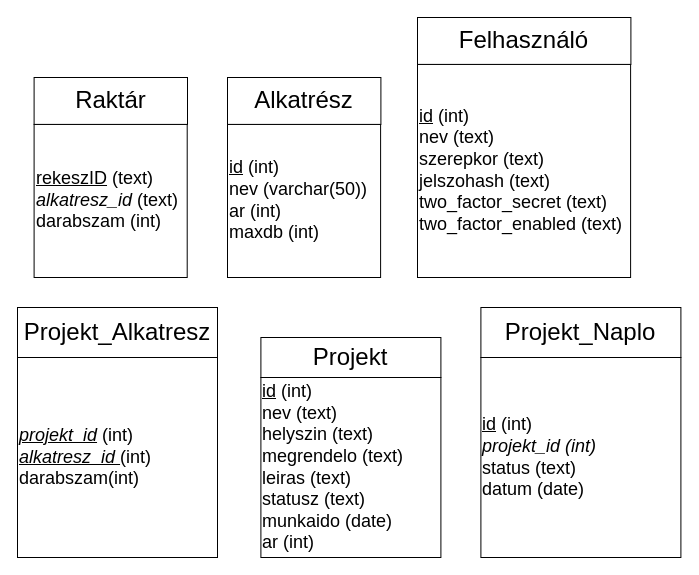
This is Documentation/relacios.drawio from Sztoner/Beadando2026, a draw.io file, before an edit. Source tidied: cells renumbered, new cells numbered last; positions are measured from the earlier drawing's top-left corner, leaving out a move shared by most shapes. Both pictures are drawn from the tidied source at 100%, with x=0, y=0 at pixel (17, 17).
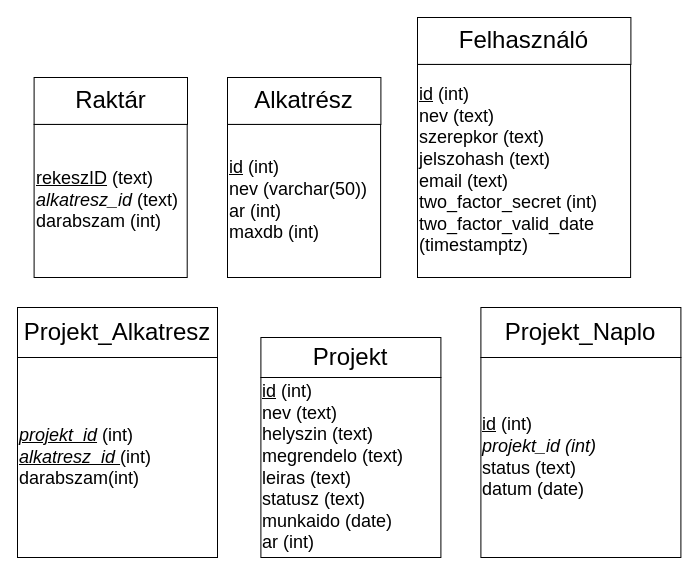
The same page after the edit.

The edit, as a diff of the source:
```diff
@@
 <mxGraphModel>
   <root>
     <mxCell id="0" />
     <mxCell id="1" parent="0" />
     <mxCell id="2" value="&lt;div&gt;&lt;span style=&quot;font-size: 18px;&quot;&gt;&lt;u&gt;rekeszID&lt;/u&gt;&amp;nbsp;(text)&lt;/span&gt;&lt;/div&gt;&lt;div&gt;&lt;i style=&quot;font-size: 18px; background-color: transparent; color: light-dark(rgb(0, 0, 0), rgb(255, 255, 255));&quot;&gt;alkatresz_id&lt;/i&gt;&lt;span style=&quot;font-size: 18px; background-color: transparent; color: light-dark(rgb(0, 0, 0), rgb(255, 255, 255));&quot;&gt; (text)&lt;/span&gt;&lt;/div&gt;&lt;div&gt;&lt;span style=&quot;font-size: 18px;&quot;&gt;darabszam (int)&lt;/span&gt;&lt;/div&gt;" style="whiteSpace=wrap;html=1;align=left;" parent="1" vertex="1">
       <mxGeometry x="16.6" y="106.9" width="153.1" height="153.1" as="geometry" />
     </mxCell>
     <mxCell id="3" value="&lt;font style=&quot;font-size: 24px;&quot;&gt;Raktár&lt;/font&gt;" style="rounded=0;whiteSpace=wrap;html=1;" parent="1" vertex="1">
       <mxGeometry x="16.6" y="60" width="153.4" height="46.9" as="geometry" />
     </mxCell>
     <mxCell id="4" value="&lt;div&gt;&lt;span style=&quot;font-size: 18px;&quot;&gt;&lt;u&gt;id&lt;/u&gt; (int)&lt;/span&gt;&lt;/div&gt;&lt;div&gt;&lt;span style=&quot;font-size: 18px;&quot;&gt;nev (varchar(50))&lt;/span&gt;&lt;/div&gt;&lt;div&gt;&lt;span style=&quot;font-size: 18px;&quot;&gt;ar (int)&lt;/span&gt;&lt;/div&gt;&lt;div&gt;&lt;span style=&quot;font-size: 18px;&quot;&gt;maxdb (int)&lt;/span&gt;&lt;/div&gt;" style="whiteSpace=wrap;html=1;align=left;" parent="1" vertex="1">
       <mxGeometry x="210" y="106.9" width="153.1" height="153.1" as="geometry" />
     </mxCell>
     <mxCell id="5" value="&lt;font style=&quot;font-size: 24px;&quot;&gt;Alkatrész&lt;/font&gt;" style="rounded=0;whiteSpace=wrap;html=1;" parent="1" vertex="1">
       <mxGeometry x="210" y="60" width="153.4" height="46.9" as="geometry" />
     </mxCell>
     <mxCell id="6" value="&lt;div&gt;&lt;span style=&quot;font-size: 18px;&quot;&gt;&lt;u&gt;id&lt;/u&gt;&amp;nbsp;(int)&lt;/span&gt;&lt;/div&gt;&lt;div&gt;&lt;span style=&quot;font-size: 18px;&quot;&gt;nev (text)&lt;/span&gt;&lt;/div&gt;&lt;div&gt;&lt;span style=&quot;font-size: 18px;&quot;&gt;helyszin (text)&lt;/span&gt;&lt;/div&gt;&lt;div&gt;&lt;span style=&quot;font-size: 18px;&quot;&gt;megrendelo (text)&lt;/span&gt;&lt;/div&gt;&lt;div&gt;&lt;span style=&quot;font-size: 18px;&quot;&gt;leiras (text)&lt;/span&gt;&lt;/div&gt;&lt;div&gt;&lt;span style=&quot;font-size: 18px;&quot;&gt;statusz (text)&lt;/span&gt;&lt;/div&gt;&lt;div&gt;&lt;span style=&quot;font-size: 18px;&quot;&gt;munkaido (date)&lt;/span&gt;&lt;/div&gt;&lt;div&gt;&lt;span style=&quot;font-size: 18px;&quot;&gt;ar (int)&lt;/span&gt;&lt;/div&gt;" style="whiteSpace=wrap;html=1;align=left;" parent="1" vertex="1">
       <mxGeometry x="243.4" y="360" width="180" height="180" as="geometry" />
     </mxCell>
     <mxCell id="7" value="&lt;span style=&quot;font-size: 24px;&quot;&gt;Projekt&lt;/span&gt;" style="rounded=0;whiteSpace=wrap;html=1;" parent="1" vertex="1">
       <mxGeometry x="243.4" y="320" width="180" height="40" as="geometry" />
     </mxCell>
-    <mxCell id="8" value="&lt;div&gt;&lt;span style=&quot;font-size: 18px;&quot;&gt;&lt;u&gt;id&lt;/u&gt; (int)&lt;/span&gt;&lt;/div&gt;&lt;div&gt;&lt;span style=&quot;font-size: 18px;&quot;&gt;nev (text)&lt;/span&gt;&lt;/div&gt;&lt;div&gt;&lt;span style=&quot;font-size: 18px;&quot;&gt;szerepkor (text)&lt;/span&gt;&lt;/div&gt;&lt;div&gt;&lt;span style=&quot;font-size: 18px;&quot;&gt;jelszohash (text)&lt;/span&gt;&lt;/div&gt;&lt;div&gt;&lt;span style=&quot;font-size: 18px;&quot;&gt;two_factor_secret (text)&lt;/span&gt;&lt;/div&gt;&lt;div&gt;&lt;span style=&quot;font-size: 18px;&quot;&gt;two_factor_enabled (text)&lt;/span&gt;&lt;/div&gt;" style="whiteSpace=wrap;html=1;align=left;" parent="1" vertex="1">
+    <mxCell id="8" value="&lt;div&gt;&lt;span style=&quot;font-size: 18px;&quot;&gt;&lt;u&gt;id&lt;/u&gt; (int)&lt;/span&gt;&lt;/div&gt;&lt;div&gt;&lt;span style=&quot;font-size: 18px;&quot;&gt;nev (text)&lt;/span&gt;&lt;/div&gt;&lt;div&gt;&lt;span style=&quot;font-size: 18px;&quot;&gt;szerepkor (text)&lt;/span&gt;&lt;/div&gt;&lt;div&gt;&lt;span style=&quot;font-size: 18px;&quot;&gt;jelszohash (text)&lt;/span&gt;&lt;/div&gt;&lt;div&gt;&lt;span style=&quot;font-size: 18px;&quot;&gt;email (text)&lt;/span&gt;&lt;/div&gt;&lt;div&gt;&lt;span style=&quot;font-size: 18px;&quot;&gt;two_factor_secret (int)&lt;/span&gt;&lt;/div&gt;&lt;div&gt;&lt;span style=&quot;font-size: 18px;&quot;&gt;two_factor_valid_date (timestamptz)&lt;/span&gt;&lt;/div&gt;" style="whiteSpace=wrap;html=1;align=left;" parent="1" vertex="1">
       <mxGeometry x="400" y="46.9" width="213.1" height="213.1" as="geometry" />
     </mxCell>
     <mxCell id="9" value="&lt;span style=&quot;font-size: 24px;&quot;&gt;Felhasználó&lt;/span&gt;" style="rounded=0;whiteSpace=wrap;html=1;" parent="1" vertex="1">
       <mxGeometry x="400" width="213.4" height="46.9" as="geometry" />
     </mxCell>
     <mxCell id="10" value="&lt;div&gt;&lt;span style=&quot;font-size: 18px;&quot;&gt;&lt;u style=&quot;font-style: italic;&quot;&gt;projekt_id&lt;/u&gt;&amp;nbsp;(int&lt;/span&gt;&lt;span style=&quot;font-size: 18px; background-color: transparent; color: light-dark(rgb(0, 0, 0), rgb(255, 255, 255));&quot;&gt;)&lt;/span&gt;&lt;/div&gt;&lt;div&gt;&lt;span style=&quot;font-size: 18px;&quot;&gt;&lt;u style=&quot;font-style: italic;&quot;&gt;alkatresz_id &lt;/u&gt;(int)&lt;/span&gt;&lt;/div&gt;&lt;div&gt;&lt;span style=&quot;font-size: 18px;&quot;&gt;darabszam(int)&lt;/span&gt;&lt;/div&gt;" style="whiteSpace=wrap;html=1;align=left;" parent="1" vertex="1">
       <mxGeometry y="340" width="200" height="200" as="geometry" />
     </mxCell>
     <mxCell id="11" value="&lt;span style=&quot;font-size: 24px;&quot;&gt;Projekt_Alkatresz&lt;/span&gt;" style="rounded=0;whiteSpace=wrap;html=1;" parent="1" vertex="1">
       <mxGeometry y="290" width="200" height="50" as="geometry" />
     </mxCell>
     <mxCell id="12" value="&lt;span style=&quot;font-size: 18px;&quot;&gt;&lt;u&gt;id&lt;/u&gt;&amp;nbsp;(int)&lt;/span&gt;&lt;div&gt;&lt;span style=&quot;font-size: 18px;&quot;&gt;&lt;i&gt;projekt_id (int)&lt;/i&gt;&lt;/span&gt;&lt;/div&gt;&lt;div&gt;&lt;span style=&quot;font-size: 18px;&quot;&gt;status (text)&lt;/span&gt;&lt;/div&gt;&lt;div&gt;&lt;span style=&quot;font-size: 18px;&quot;&gt;datum (date)&lt;/span&gt;&lt;/div&gt;" style="whiteSpace=wrap;html=1;align=left;" parent="1" vertex="1">
       <mxGeometry x="463.4" y="340" width="200" height="200" as="geometry" />
     </mxCell>
     <mxCell id="13" value="&lt;span style=&quot;font-size: 24px;&quot;&gt;Projekt_Naplo&lt;/span&gt;" style="rounded=0;whiteSpace=wrap;html=1;" parent="1" vertex="1">
       <mxGeometry x="463.4" y="290" width="200" height="50" as="geometry" />
     </mxCell>
   </root>
 </mxGraphModel>
```
